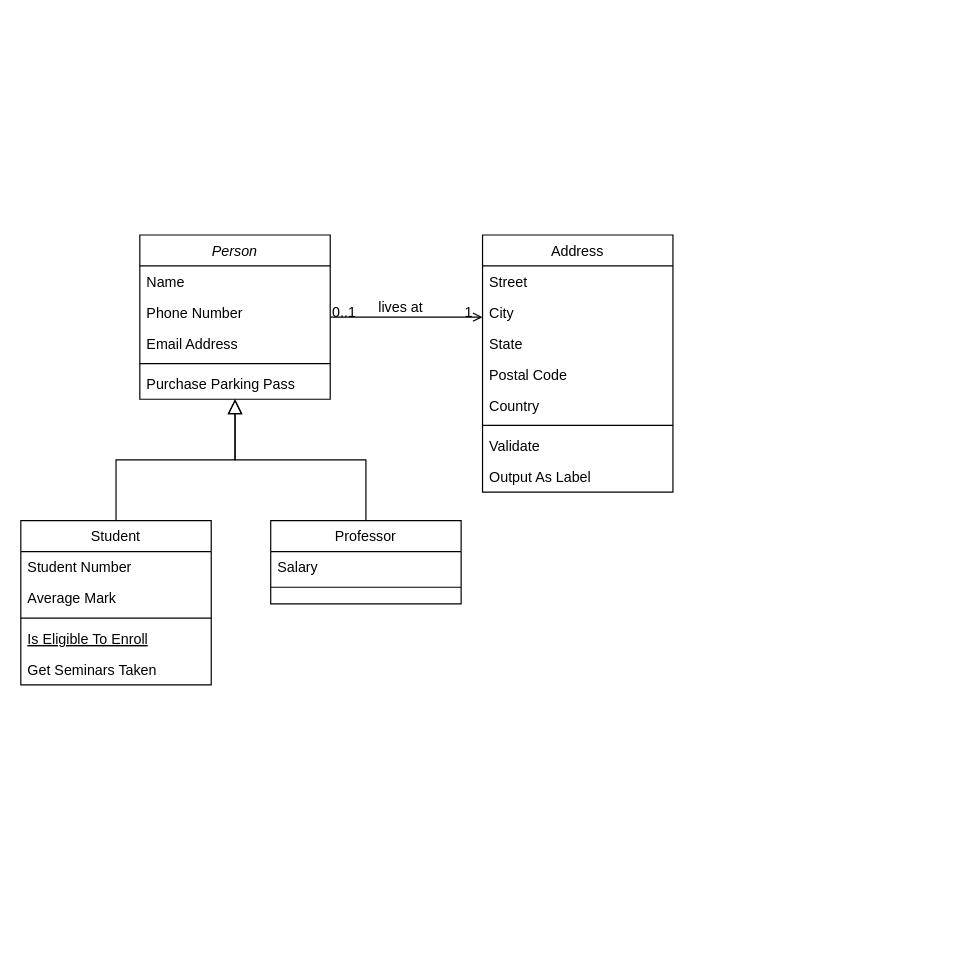
Earlier version of the draw.io diagram Diagrama sin título.drawio (GregorioVeraza/Ingenier-a-de-aplicaciones-web). Source tidied: cells renumbered, new cells numbered last; positions are measured from the earlier drawing's top-left corner, leaving out a move shared by most shapes. Both pictures are drawn from the tidied source at 119%, with x=0, y=0 at pixel (20, 234).
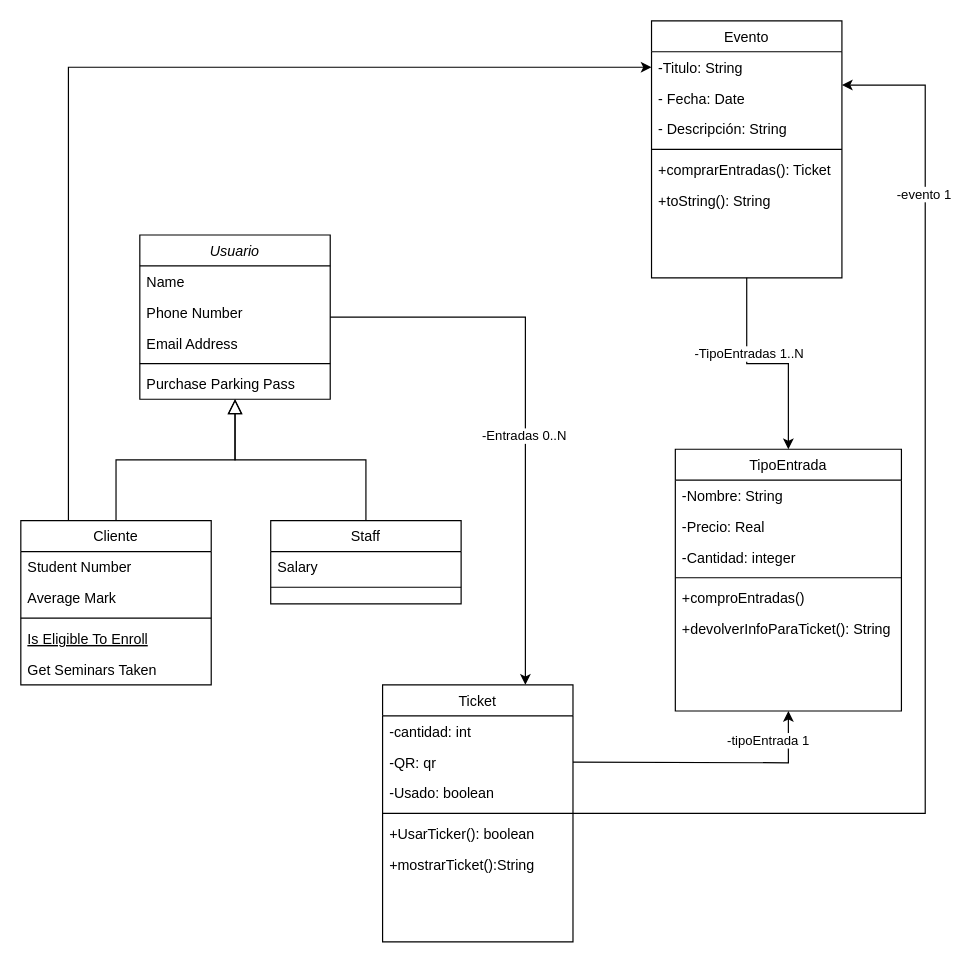
After the change.

Change to the diagram source:
```diff
@@
+    <mxCell id="32" style="edgeStyle=orthogonalEdgeStyle;rounded=0;jettySize=auto;html=1;entryX=0.75;entryY=0;entryDx=0;entryDy=0;" parent="1" edge="1" source="2" target="39">
+      <mxGeometry relative="1" as="geometry" />
+    </mxCell>
+    <mxCell id="33" value="-Entradas 0..N" style="edgeLabel;html=1;align=center;verticalAlign=middle;" parent="32" vertex="1">
+      <mxGeometry x="0.11" y="-2" relative="1" as="geometry" />
+    </mxCell>
-    <mxCell id="2" value="Person" style="swimlane;fontStyle=2;align=center;verticalAlign=top;horizontal=1;startSize=26;rounded=0;shadow=0;strokeWidth=1;" parent="1" vertex="1">
+    <mxCell id="2" value="Usuario" style="swimlane;fontStyle=2;align=center;verticalAlign=top;horizontal=1;startSize=26;rounded=0;shadow=0;strokeWidth=1;" parent="1" vertex="1">
       <mxGeometry x="100" width="160" height="138" as="geometry" />
     </mxCell>
@@
+    <mxCell id="34" style="edgeStyle=orthogonalEdgeStyle;rounded=0;jettySize=auto;html=1;entryX=0;entryY=0.5;entryDx=0;entryDy=0;exitX=0.25;exitY=0;exitDx=0;exitDy=0;" parent="1" edge="1" source="8" target="20">
+      <mxGeometry relative="1" as="geometry" />
+    </mxCell>
-    <mxCell id="8" value="Student" style="swimlane;fontStyle=0;align=center;verticalAlign=top;horizontal=1;startSize=26;rounded=0;shadow=0;strokeWidth=1;" parent="1" vertex="1">
+    <mxCell id="8" value="Cliente" style="swimlane;fontStyle=0;align=center;verticalAlign=top;horizontal=1;startSize=26;rounded=0;shadow=0;strokeWidth=1;" parent="1" vertex="1">
       <mxGeometry y="240" width="160" height="138" as="geometry" />
     </mxCell>
@@
-    <mxCell id="15" value="Professor" style="swimlane;fontStyle=0;align=center;verticalAlign=top;horizontal=1;startSize=26;rounded=0;shadow=0;strokeWidth=1;" parent="1" vertex="1">
+    <mxCell id="15" value="Staff" style="swimlane;fontStyle=0;align=center;verticalAlign=top;horizontal=1;startSize=26;rounded=0;shadow=0;strokeWidth=1;" parent="1" vertex="1">
       <mxGeometry x="210" y="240" width="160" height="70" as="geometry" />
     </mxCell>
@@
+    <mxCell id="35" style="edgeStyle=orthogonalEdgeStyle;rounded=0;jettySize=auto;html=1;entryX=0.5;entryY=0;entryDx=0;entryDy=0;" parent="1" edge="1" source="19" target="46">
+      <mxGeometry relative="1" as="geometry" />
+    </mxCell>
+    <mxCell id="36" value="-TipoEntradas 1..N" style="edgeLabel;html=1;align=center;verticalAlign=middle;" parent="35" vertex="1">
+      <mxGeometry x="-0.3" y="1" relative="1" as="geometry" />
+    </mxCell>
-    <mxCell id="19" value="Address" style="swimlane;fontStyle=0;align=center;verticalAlign=top;horizontal=1;startSize=26;rounded=0;shadow=0;strokeWidth=1;" parent="1" vertex="1">
-      <mxGeometry x="388" width="160" height="216" as="geometry" />
+    <mxCell id="19" value="Evento" style="swimlane;fontStyle=0;align=center;verticalAlign=top;horizontal=1;startSize=26;rounded=0;shadow=0;strokeWidth=1;" parent="1" vertex="1">
+      <mxGeometry x="530" y="-180" width="160" height="216" as="geometry" />
     </mxCell>
-    <mxCell id="20" value="Street" style="text;align=left;verticalAlign=top;spacingLeft=4;spacingRight=4;overflow=hidden;points=[[0,0.5],[1,0.5]];portConstraint=eastwest;" parent="19" vertex="1">
+    <mxCell id="20" value="-Titulo: String" style="text;align=left;verticalAlign=top;spacingLeft=4;spacingRight=4;overflow=hidden;points=[[0,0.5],[1,0.5]];portConstraint=eastwest;" parent="19" vertex="1">
       <mxGeometry y="26" width="160" height="26" as="geometry" />
     </mxCell>
-    <mxCell id="21" value="City" style="text;align=left;verticalAlign=top;spacingLeft=4;spacingRight=4;overflow=hidden;rounded=0;shadow=0;html=0;" parent="19" vertex="1">
+    <mxCell id="21" value="- Fecha: Date" style="text;align=left;verticalAlign=top;spacingLeft=4;spacingRight=4;overflow=hidden;rounded=0;shadow=0;html=0;" parent="19" vertex="1">
       <mxGeometry y="52" width="160" height="26" as="geometry" />
     </mxCell>
-    <mxCell id="22" value="State" style="text;align=left;verticalAlign=top;spacingLeft=4;spacingRight=4;overflow=hidden;rounded=0;shadow=0;html=0;" parent="19" vertex="1">
+    <mxCell id="22" value="- Descripción: String" style="text;align=left;verticalAlign=top;spacingLeft=4;spacingRight=4;overflow=hidden;rounded=0;shadow=0;html=0;" parent="19" vertex="1">
       <mxGeometry y="78" width="160" height="26" as="geometry" />
     </mxCell>
-    <mxCell id="23" value="Postal Code" style="text;align=left;verticalAlign=top;spacingLeft=4;spacingRight=4;overflow=hidden;rounded=0;shadow=0;html=0;" parent="19" vertex="1">
-      <mxGeometry y="104" width="160" height="26" as="geometry" />
-    </mxCell>
-    <mxCell id="24" value="Country" style="text;align=left;verticalAlign=top;spacingLeft=4;spacingRight=4;overflow=hidden;rounded=0;shadow=0;html=0;" parent="19" vertex="1">
-      <mxGeometry y="130" width="160" height="26" as="geometry" />
-    </mxCell>
     <mxCell id="25" style="line;html=1;strokeWidth=1;align=left;verticalAlign=middle;spacingTop=-1;spacingLeft=3;spacingRight=3;labelPosition=right;" parent="19" vertex="1">
-      <mxGeometry y="156" width="160" height="8" as="geometry" />
+      <mxGeometry y="104" width="160" height="8" as="geometry" />
     </mxCell>
-    <mxCell id="26" value="Validate" style="text;align=left;verticalAlign=top;spacingLeft=4;spacingRight=4;overflow=hidden;" parent="19" vertex="1">
-      <mxGeometry y="164" width="160" height="26" as="geometry" />
+    <mxCell id="26" value="+comprarEntradas(): Ticket" style="text;align=left;verticalAlign=top;spacingLeft=4;spacingRight=4;overflow=hidden;" parent="19" vertex="1">
+      <mxGeometry y="112" width="160" height="26" as="geometry" />
     </mxCell>
-    <mxCell id="27" value="Output As Label" style="text;align=left;verticalAlign=top;spacingLeft=4;spacingRight=4;overflow=hidden;" parent="19" vertex="1">
-      <mxGeometry y="190" width="160" height="26" as="geometry" />
+    <mxCell id="27" value="+toString(): String" style="text;align=left;verticalAlign=top;spacingLeft=4;spacingRight=4;overflow=hidden;" parent="19" vertex="1">
+      <mxGeometry y="138" width="160" height="26" as="geometry" />
     </mxCell>
-    <mxCell id="28" style="endArrow=open;shadow=0;strokeWidth=1;rounded=0;curved=0;endFill=1;edgeStyle=elbowEdgeStyle;elbow=vertical;" parent="1" edge="1" source="2" target="19">
-      <mxGeometry x="0.5" y="41" relative="1" as="geometry">
-        <mxPoint x="-40" y="32" as="offset" />
-      </mxGeometry>
-    </mxCell>
-    <mxCell id="29" value="0..1" style="align=left;verticalAlign=bottom;labelBackgroundColor=none;fontSize=12;" parent="28" vertex="1">
-      <mxGeometry x="-1" relative="1" as="geometry">
-        <mxPoint y="4" as="offset" />
-      </mxGeometry>
-    </mxCell>
-    <mxCell id="30" value="1" style="align=right;verticalAlign=bottom;labelBackgroundColor=none;fontSize=12;" parent="28" vertex="1">
-      <mxGeometry x="1" relative="1" as="geometry">
-        <mxPoint x="-7" y="4" as="offset" />
-      </mxGeometry>
-    </mxCell>
-    <mxCell id="31" value="lives at" style="text;html=1;align=center;verticalAlign=middle;labelBackgroundColor=none;rounded=0;shadow=0;strokeWidth=1;fontSize=12;" parent="28" vertex="1">
-      <mxGeometry x="0.5" y="49" relative="1" as="geometry">
-        <mxPoint x="-38" y="40" as="offset" />
-      </mxGeometry>
-    </mxCell>
+    <mxCell id="37" style="edgeStyle=orthogonalEdgeStyle;rounded=0;jettySize=auto;html=1;entryX=1;entryY=0.25;entryDx=0;entryDy=0;" parent="1" edge="1" source="39" target="19">
+      <mxGeometry relative="1" as="geometry">
+        <Array as="points">
+          <mxPoint x="760" y="486" />
+          <mxPoint x="760" y="-126" />
+        </Array>
+      </mxGeometry>
+    </mxCell>
+    <mxCell id="38" value="-evento 1" style="edgeLabel;html=1;align=center;verticalAlign=middle;" parent="37" vertex="1">
+      <mxGeometry x="0.67" y="2" relative="1" as="geometry" />
+    </mxCell>
+    <mxCell id="39" value="Ticket" style="swimlane;fontStyle=0;align=center;verticalAlign=top;horizontal=1;startSize=26;rounded=0;shadow=0;strokeWidth=1;" parent="1" vertex="1">
+      <mxGeometry x="304" y="378" width="160" height="216" as="geometry" />
+    </mxCell>
+    <mxCell id="40" value="-cantidad: int" style="text;align=left;verticalAlign=top;spacingLeft=4;spacingRight=4;overflow=hidden;rounded=0;shadow=0;html=0;" parent="39" vertex="1">
+      <mxGeometry y="26" width="160" height="26" as="geometry" />
+    </mxCell>
+    <mxCell id="41" value="-QR: qr" style="text;align=left;verticalAlign=top;spacingLeft=4;spacingRight=4;overflow=hidden;rounded=0;shadow=0;html=0;" parent="39" vertex="1">
+      <mxGeometry y="52" width="160" height="26" as="geometry" />
+    </mxCell>
+    <mxCell id="42" value="-Usado: boolean" style="text;align=left;verticalAlign=top;spacingLeft=4;spacingRight=4;overflow=hidden;rounded=0;shadow=0;html=0;" parent="39" vertex="1">
+      <mxGeometry y="78" width="160" height="26" as="geometry" />
+    </mxCell>
+    <mxCell id="43" style="line;html=1;strokeWidth=1;align=left;verticalAlign=middle;spacingTop=-1;spacingLeft=3;spacingRight=3;labelPosition=right;" parent="39" vertex="1">
+      <mxGeometry y="104" width="160" height="8" as="geometry" />
+    </mxCell>
+    <mxCell id="44" value="+UsarTicker(): boolean" style="text;align=left;verticalAlign=top;spacingLeft=4;spacingRight=4;overflow=hidden;" parent="39" vertex="1">
+      <mxGeometry y="112" width="160" height="26" as="geometry" />
+    </mxCell>
+    <mxCell id="45" value="+mostrarTicket():String" style="text;align=left;verticalAlign=top;spacingLeft=4;spacingRight=4;overflow=hidden;" parent="39" vertex="1">
+      <mxGeometry y="138" width="160" height="26" as="geometry" />
+    </mxCell>
+    <mxCell id="46" value="TipoEntrada" style="swimlane;fontStyle=0;align=center;verticalAlign=top;horizontal=1;startSize=26;rounded=0;shadow=0;strokeWidth=1;" parent="1" vertex="1">
+      <mxGeometry x="550" y="180" width="190" height="220" as="geometry" />
+    </mxCell>
+    <mxCell id="47" value="-Nombre: String" style="text;align=left;verticalAlign=top;spacingLeft=4;spacingRight=4;overflow=hidden;" parent="46" vertex="1">
+      <mxGeometry y="26" width="190" height="26" as="geometry" />
+    </mxCell>
+    <mxCell id="48" value="-Precio: Real" style="text;align=left;verticalAlign=top;spacingLeft=4;spacingRight=4;overflow=hidden;rounded=0;shadow=0;html=0;" parent="46" vertex="1">
+      <mxGeometry y="52" width="190" height="26" as="geometry" />
+    </mxCell>
+    <mxCell id="49" value="-Cantidad: integer" style="text;align=left;verticalAlign=top;spacingLeft=4;spacingRight=4;overflow=hidden;rounded=0;shadow=0;html=0;" parent="46" vertex="1">
+      <mxGeometry y="78" width="190" height="26" as="geometry" />
+    </mxCell>
+    <mxCell id="50" style="line;html=1;strokeWidth=1;align=left;verticalAlign=middle;spacingTop=-1;spacingLeft=3;spacingRight=3;labelPosition=right;" parent="46" vertex="1">
+      <mxGeometry y="104" width="190" height="8" as="geometry" />
+    </mxCell>
+    <mxCell id="51" value="+comproEntradas()" style="text;align=left;verticalAlign=top;spacingLeft=4;spacingRight=4;overflow=hidden;" parent="46" vertex="1">
+      <mxGeometry y="112" width="190" height="26" as="geometry" />
+    </mxCell>
+    <mxCell id="52" value="+devolverInfoParaTicket(): String" style="text;align=left;verticalAlign=top;spacingLeft=4;spacingRight=4;overflow=hidden;" parent="46" vertex="1">
+      <mxGeometry y="138" width="190" height="26" as="geometry" />
+    </mxCell>
+    <mxCell id="53" style="edgeStyle=orthogonalEdgeStyle;rounded=0;jettySize=auto;html=1;entryX=0.5;entryY=1;entryDx=0;entryDy=0;" parent="1" edge="1" target="46">
+      <mxGeometry relative="1" as="geometry">
+        <mxPoint x="464" y="443" as="sourcePoint" />
+      </mxGeometry>
+    </mxCell>
+    <mxCell id="54" value="-tipoEntrada 1" style="edgeLabel;html=1;align=center;verticalAlign=middle;" parent="53" vertex="1">
+      <mxGeometry x="0.44" y="2" relative="1" as="geometry">
+        <mxPoint x="1" y="-17" as="offset" />
+      </mxGeometry>
+    </mxCell>
```
